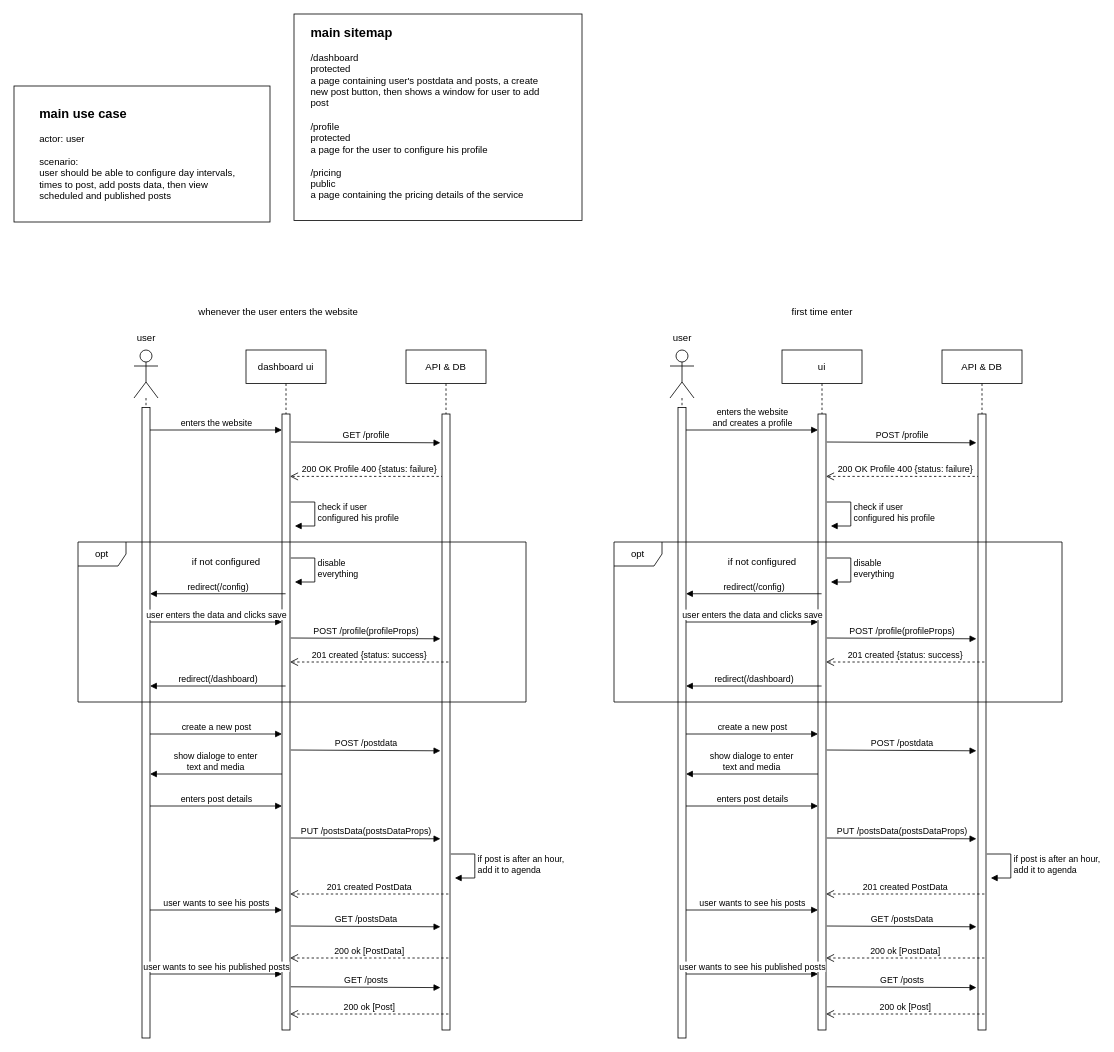
The draw.io diagram page "main" (2 of 4) of auto-post.drawio in ahmed-elbehairy7/pamylka-system-design, before the edit. Source tidied: cells renumbered, new cells numbered last; positions are measured from the earlier drawing's top-left corner, leaving out a move shared by most shapes. Both pictures are drawn from the tidied source at 80%, with x=0, y=0 at pixel (14, 14).
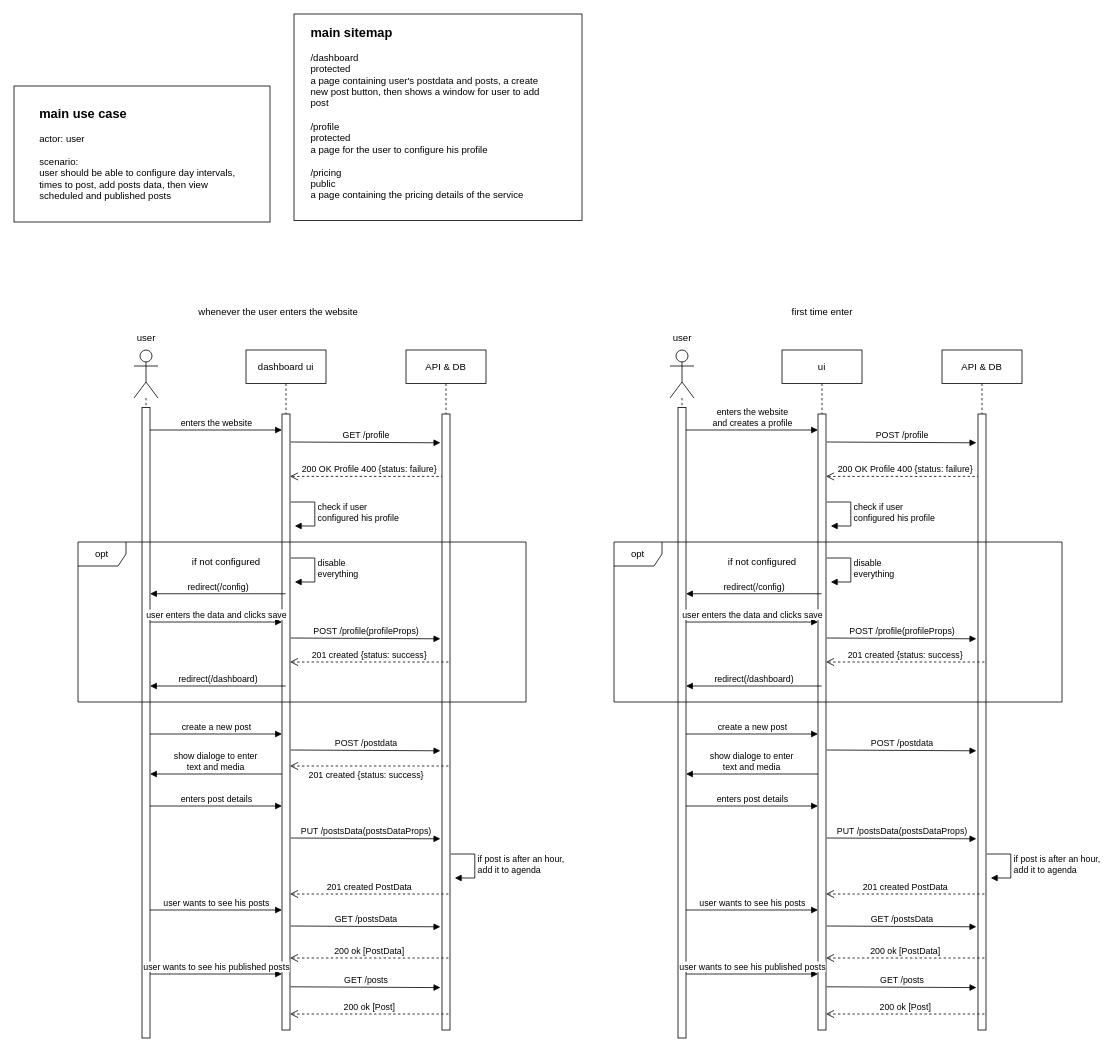
The same page after the edit.

Diff of the diagram source:
```diff
@@
+    <mxCell id="74" value="201 created {status: success}" style="html=1;verticalAlign=bottom;endArrow=open;dashed=1;endSize=8;curved=0;rounded=0;" parent="1" edge="1">
+      <mxGeometry x="0.04" y="20" relative="1" as="geometry">
+        <mxPoint x="543" y="940" as="sourcePoint" />
+        <mxPoint x="345" y="940" as="targetPoint" />
+      </mxGeometry>
+    </mxCell>
```
